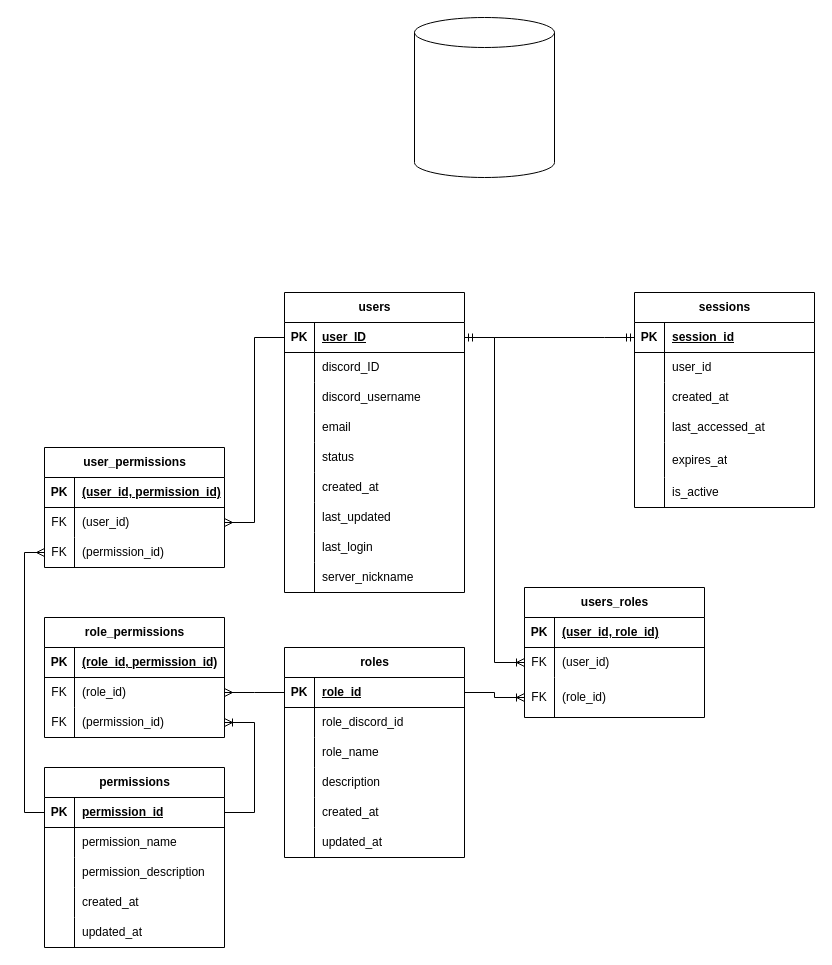
Above: docs/naja_auth_tables.drawio in OMTut/naja_admin (draw.io), before the change. Source tidied: cells renumbered, new cells numbered last; positions are measured from the earlier drawing's top-left corner, leaving out a move shared by most shapes. Both pictures are drawn from the tidied source at 100%, with x=0, y=0 at pixel (-266, 17).
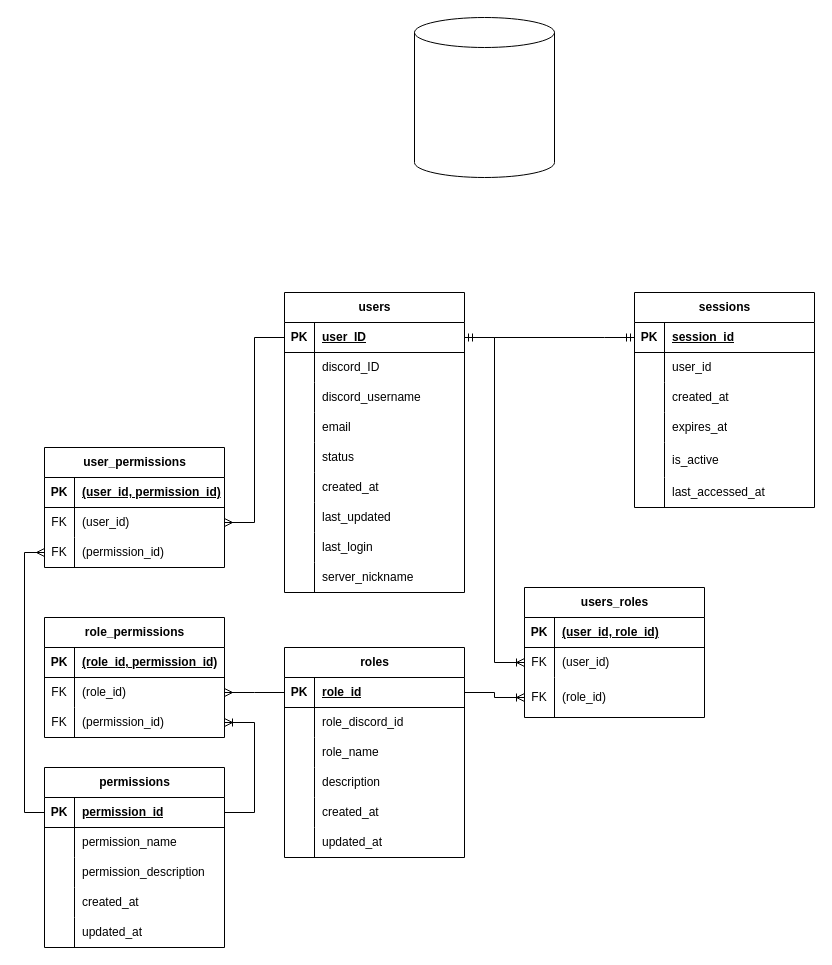
Above is the later version.

Unchanged cells that the change refers to:
```xml
<mxCell id="41" style="shape=tableRow;horizontal=0;startSize=0;swimlaneHead=0;swimlaneBody=0;fillColor=none;top=0;left=0;right=0;bottom=0;" parent="31" vertex="1">
  <mxGeometry y="120" width="180" height="30" as="geometry" />
</mxCell>
<mxCell id="44" style="shape=tableRow;horizontal=0;startSize=0;swimlaneHead=0;swimlaneBody=0;fillColor=none;top=0;left=0;right=0;bottom=0;" parent="31" vertex="1">
  <mxGeometry y="150" width="180" height="35" as="geometry" />
</mxCell>
<mxCell id="47" style="shape=tableRow;horizontal=0;startSize=0;swimlaneHead=0;swimlaneBody=0;fillColor=none;top=0;left=0;right=0;bottom=0;" parent="31" vertex="1">
  <mxGeometry y="185" width="180" height="30" as="geometry" />
</mxCell>
```

Diff of the diagram source:
```diff
@@
-    <mxCell id="43" value="last_accessed_at" style="shape=partialRectangle;fillColor=none;top=0;left=0;bottom=0;right=0;align=left;spacingLeft=6;overflow=hidden;whiteSpace=wrap;html=1;" parent="41" vertex="1">
+    <mxCell id="43" value="expires_at" style="shape=partialRectangle;fillColor=none;top=0;left=0;bottom=0;right=0;align=left;spacingLeft=6;overflow=hidden;whiteSpace=wrap;html=1;" parent="41" vertex="1">
       <mxGeometry x="30" width="150" height="30" as="geometry" />
     </mxCell>
@@
-    <mxCell id="46" value="expires_at" style="shape=partialRectangle;fillColor=none;top=0;left=0;bottom=0;right=0;align=left;spacingLeft=6;overflow=hidden;whiteSpace=wrap;html=1;" parent="44" vertex="1">
+    <mxCell id="46" value="is_active" style="shape=partialRectangle;fillColor=none;top=0;left=0;bottom=0;right=0;align=left;spacingLeft=6;overflow=hidden;whiteSpace=wrap;html=1;" parent="44" vertex="1">
       <mxGeometry x="30" width="150" height="35" as="geometry" />
     </mxCell>
@@
-    <mxCell id="49" value="is_active" style="shape=partialRectangle;fillColor=none;top=0;left=0;bottom=0;right=0;align=left;spacingLeft=6;overflow=hidden;whiteSpace=wrap;html=1;" parent="47" vertex="1">
+    <mxCell id="49" value="last_accessed_at" style="shape=partialRectangle;fillColor=none;top=0;left=0;bottom=0;right=0;align=left;spacingLeft=6;overflow=hidden;whiteSpace=wrap;html=1;" parent="47" vertex="1">
       <mxGeometry x="30" width="150" height="30" as="geometry" />
     </mxCell>
```
